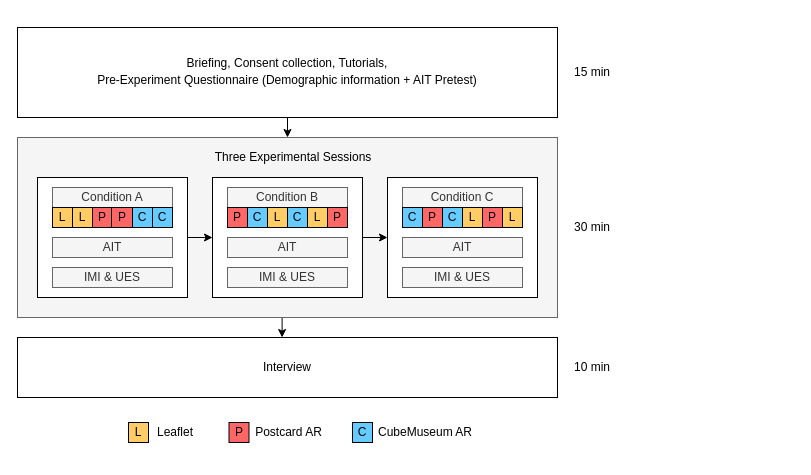
This is Untitled Diagram.drawio from Axiosly/renpygame, a draw.io file, before an edit. Source tidied: cells renumbered, new cells numbered last; positions are measured from the earlier drawing's top-left corner, leaving out a move shared by most shapes. Both pictures are drawn from the tidied source at 100%, with x=0, y=0 at pixel (17, 27).
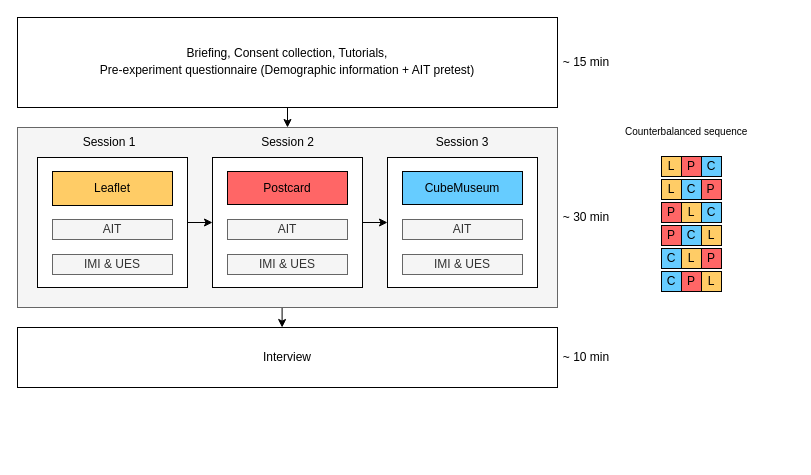
The same page after the edit.

What changed in the source:
```diff
@@
     <mxCell id="3" style="rounded=0;whiteSpace=wrap;html=1;fillColor=#f5f5f5;strokeColor=#666666;fontColor=#333333;" parent="1" vertex="1">
-      <mxGeometry y="110" width="540" height="180" as="geometry" />
+      <mxGeometry y="100" width="540" height="180" as="geometry" />
     </mxCell>
@@
     <mxCell id="5" style="rounded=0;whiteSpace=wrap;html=1;" parent="1" vertex="1">
-      <mxGeometry x="20" y="150" width="150" height="120" as="geometry" />
+      <mxGeometry x="20" y="130" width="150" height="130" as="geometry" />
     </mxCell>
@@
     <mxCell id="7" style="rounded=0;whiteSpace=wrap;html=1;" parent="1" vertex="1">
-      <mxGeometry x="195" y="150" width="150" height="120" as="geometry" />
+      <mxGeometry x="195" y="130" width="150" height="130" as="geometry" />
     </mxCell>
     <mxCell id="8" style="rounded=0;whiteSpace=wrap;html=1;" parent="1" vertex="1">
-      <mxGeometry x="370" y="150" width="150" height="120" as="geometry" />
+      <mxGeometry x="370" y="130" width="150" height="130" as="geometry" />
     </mxCell>
@@
-    <mxCell id="10" value="Briefing, Consent collection, Tutorials, &lt;br&gt;&lt;span&gt;&lt;span lang=&quot;EN-US&quot; style=&quot;line-height: 150%&quot;&gt;&lt;font face=&quot;Arial&quot;&gt;Pre-Experiment Questionnaire&amp;nbsp;&lt;/font&gt;&lt;/span&gt;&lt;/span&gt;(Demographic information + AIT Pretest)" style="rounded=0;whiteSpace=wrap;html=1;" parent="1" vertex="1">
-      <mxGeometry width="540" height="90" as="geometry" />
+    <mxCell id="10" value="Briefing, Consent collection, Tutorials, &lt;br&gt;&lt;span&gt;&lt;span lang=&quot;EN-US&quot; style=&quot;line-height: 150%&quot;&gt;&lt;font face=&quot;Arial&quot;&gt;Pre-experiment questionnaire&amp;nbsp;&lt;/font&gt;&lt;/span&gt;&lt;/span&gt;(Demographic information + AIT pretest)" style="rounded=0;whiteSpace=wrap;html=1;" parent="1" vertex="1">
+      <mxGeometry y="-10" width="540" height="90" as="geometry" />
     </mxCell>
     <mxCell id="11" value="&lt;font face=&quot;Arial&quot;&gt;Interview&lt;/font&gt;" style="rounded=0;whiteSpace=wrap;html=1;" parent="1" vertex="1">
-      <mxGeometry y="310" width="540" height="60" as="geometry" />
+      <mxGeometry y="300" width="540" height="60" as="geometry" />
     </mxCell>
-    <mxCell id="12" value="&lt;font face=&quot;Arial&quot;&gt;Condition A&lt;/font&gt;" style="rounded=0;whiteSpace=wrap;html=1;fillColor=#f5f5f5;strokeColor=#666666;fontColor=#333333;" parent="1" vertex="1">
-      <mxGeometry x="35" y="160" width="120" height="20" as="geometry" />
-    </mxCell>
-    <mxCell id="13" value="&lt;span style=&quot;font-family: &amp;#34;arial&amp;#34;&quot;&gt;Condition B&lt;/span&gt;" style="rounded=0;whiteSpace=wrap;html=1;fillColor=#f5f5f5;strokeColor=#666666;fontColor=#333333;" parent="1" vertex="1">
-      <mxGeometry x="210" y="160" width="120" height="20" as="geometry" />
-    </mxCell>
-    <mxCell id="14" value="&lt;span style=&quot;font-family: &amp;#34;arial&amp;#34;&quot;&gt;Condition C&lt;/span&gt;" style="rounded=0;whiteSpace=wrap;html=1;fillColor=#f5f5f5;strokeColor=#666666;fontColor=#333333;" parent="1" vertex="1">
-      <mxGeometry x="385" y="160" width="120" height="20" as="geometry" />
-    </mxCell>
     <mxCell id="15" value="&lt;font face=&quot;Arial&quot;&gt;AIT&lt;/font&gt;" style="rounded=0;whiteSpace=wrap;html=1;fillColor=#f5f5f5;strokeColor=#666666;fontColor=#333333;" parent="1" vertex="1">
-      <mxGeometry x="35" y="210" width="120" height="20" as="geometry" />
+      <mxGeometry x="35" y="192" width="120" height="20" as="geometry" />
     </mxCell>
     <mxCell id="16" value="&lt;span style=&quot;font-family: &amp;#34;arial&amp;#34;&quot;&gt;AIT&lt;/span&gt;" style="rounded=0;whiteSpace=wrap;html=1;fillColor=#f5f5f5;strokeColor=#666666;fontColor=#333333;" parent="1" vertex="1">
-      <mxGeometry x="210" y="210" width="120" height="20" as="geometry" />
+      <mxGeometry x="210" y="192" width="120" height="20" as="geometry" />
     </mxCell>
     <mxCell id="17" value="&lt;span style=&quot;font-family: &amp;#34;arial&amp;#34;&quot;&gt;AIT&lt;/span&gt;" style="rounded=0;whiteSpace=wrap;html=1;fillColor=#f5f5f5;strokeColor=#666666;fontColor=#333333;" parent="1" vertex="1">
-      <mxGeometry x="385" y="210" width="120" height="20" as="geometry" />
+      <mxGeometry x="385" y="192" width="120" height="20" as="geometry" />
     </mxCell>
     <mxCell id="18" value="IMI &amp;amp; UES" style="rounded=0;whiteSpace=wrap;html=1;fillColor=#f5f5f5;strokeColor=#666666;fontColor=#333333;" parent="1" vertex="1">
-      <mxGeometry x="35" y="240" width="120" height="20" as="geometry" />
+      <mxGeometry x="35" y="227" width="120" height="20" as="geometry" />
     </mxCell>
     <mxCell id="19" value="&lt;span&gt;IMI &amp;amp; UES&lt;/span&gt;" style="rounded=0;whiteSpace=wrap;html=1;fillColor=#f5f5f5;strokeColor=#666666;fontColor=#333333;" parent="1" vertex="1">
-      <mxGeometry x="210" y="240" width="120" height="20" as="geometry" />
+      <mxGeometry x="210" y="227" width="120" height="20" as="geometry" />
     </mxCell>
     <mxCell id="20" value="&lt;span&gt;IMI &amp;amp; UES&lt;/span&gt;" style="rounded=0;whiteSpace=wrap;html=1;fillColor=#f5f5f5;strokeColor=#666666;fontColor=#333333;" parent="1" vertex="1">
-      <mxGeometry x="385" y="240" width="120" height="20" as="geometry" />
+      <mxGeometry x="385" y="227" width="120" height="20" as="geometry" />
     </mxCell>
     <mxCell id="21" value="&lt;font face=&quot;Arial&quot;&gt;L&lt;/font&gt;" style="rounded=0;whiteSpace=wrap;html=1;fontColor=#000000;fillColor=#ffcc66;" parent="1" vertex="1">
-      <mxGeometry x="35" y="180" width="20" height="20" as="geometry" />
+      <mxGeometry x="644" y="129" width="20" height="20" as="geometry" />
     </mxCell>
     <mxCell id="22" value="&lt;span style=&quot;font-family: &amp;#34;arial&amp;#34;&quot;&gt;L&lt;/span&gt;" style="rounded=0;whiteSpace=wrap;html=1;fontColor=#000000;fillColor=#FFCC66;" parent="1" vertex="1">
-      <mxGeometry x="55" y="180" width="20" height="20" as="geometry" />
+      <mxGeometry x="644" y="152" width="20" height="20" as="geometry" />
     </mxCell>
     <mxCell id="23" value="&lt;font face=&quot;Arial&quot;&gt;P&lt;/font&gt;" style="rounded=0;whiteSpace=wrap;html=1;fillColor=#FF6666;" parent="1" vertex="1">
-      <mxGeometry x="75" y="180" width="20" height="20" as="geometry" />
+      <mxGeometry x="664" y="129" width="20" height="20" as="geometry" />
     </mxCell>
     <mxCell id="24" value="&lt;font face=&quot;Arial&quot;&gt;P&lt;/font&gt;" style="rounded=0;whiteSpace=wrap;html=1;fillColor=#ff6666;" parent="1" vertex="1">
-      <mxGeometry x="94" y="180" width="22" height="20" as="geometry" />
+      <mxGeometry x="683" y="152" width="21" height="20" as="geometry" />
     </mxCell>
     <mxCell id="25" value="&lt;font face=&quot;Arial&quot;&gt;C&lt;/font&gt;" style="rounded=0;whiteSpace=wrap;html=1;fillColor=#66ccff;" parent="1" vertex="1">
-      <mxGeometry x="115" y="180" width="20" height="20" as="geometry" />
+      <mxGeometry x="684" y="129" width="20" height="20" as="geometry" />
     </mxCell>
     <mxCell id="26" value="&lt;span style=&quot;font-family: &amp;#34;arial&amp;#34;&quot;&gt;C&lt;/span&gt;" style="rounded=0;whiteSpace=wrap;html=1;fillColor=#66ccff;" parent="1" vertex="1">
-      <mxGeometry x="135" y="180" width="20" height="20" as="geometry" />
+      <mxGeometry x="664" y="152" width="20" height="20" as="geometry" />
     </mxCell>
     <mxCell id="27" value="&lt;span style=&quot;font-family: &amp;#34;arial&amp;#34;&quot;&gt;P&lt;/span&gt;" style="rounded=0;whiteSpace=wrap;html=1;fillColor=#FF6666;" parent="1" vertex="1">
-      <mxGeometry x="210" y="180" width="20" height="20" as="geometry" />
+      <mxGeometry x="644" y="175" width="20" height="20" as="geometry" />
     </mxCell>
     <mxCell id="28" value="&lt;span style=&quot;font-family: &amp;#34;arial&amp;#34;&quot;&gt;C&lt;/span&gt;" style="rounded=0;whiteSpace=wrap;html=1;fillColor=#66CCFF;" parent="1" vertex="1">
-      <mxGeometry x="230" y="180" width="20" height="20" as="geometry" />
+      <mxGeometry x="644" y="221" width="20" height="20" as="geometry" />
     </mxCell>
     <mxCell id="29" value="&lt;span style=&quot;font-family: &amp;#34;arial&amp;#34;&quot;&gt;L&lt;/span&gt;" style="rounded=0;whiteSpace=wrap;html=1;fillColor=#FFCC66;" parent="1" vertex="1">
-      <mxGeometry x="250" y="180" width="20" height="20" as="geometry" />
+      <mxGeometry x="664" y="221" width="20" height="20" as="geometry" />
     </mxCell>
     <mxCell id="30" value="&lt;span style=&quot;font-family: &amp;#34;arial&amp;#34;&quot;&gt;C&lt;/span&gt;" style="rounded=0;whiteSpace=wrap;html=1;fillColor=#66CCFF;" parent="1" vertex="1">
-      <mxGeometry x="270" y="180" width="20" height="20" as="geometry" />
+      <mxGeometry x="644" y="244" width="20" height="20" as="geometry" />
     </mxCell>
     <mxCell id="31" value="&lt;span style=&quot;font-family: &amp;#34;arial&amp;#34;&quot;&gt;L&lt;/span&gt;" style="rounded=0;whiteSpace=wrap;html=1;fillColor=#FFCC66;" parent="1" vertex="1">
-      <mxGeometry x="290" y="180" width="20" height="20" as="geometry" />
+      <mxGeometry x="684" y="244" width="20" height="20" as="geometry" />
     </mxCell>
     <mxCell id="32" value="&lt;span style=&quot;font-family: &amp;#34;arial&amp;#34;&quot;&gt;P&lt;/span&gt;" style="rounded=0;whiteSpace=wrap;html=1;fillColor=#FF6666;" parent="1" vertex="1">
-      <mxGeometry x="310" y="180" width="20" height="20" as="geometry" />
+      <mxGeometry x="684" y="221" width="20" height="20" as="geometry" />
     </mxCell>
     <mxCell id="33" value="&lt;span style=&quot;font-family: &amp;#34;arial&amp;#34;&quot;&gt;C&lt;/span&gt;" style="rounded=0;whiteSpace=wrap;html=1;fillColor=#66CCFF;" parent="1" vertex="1">
-      <mxGeometry x="385" y="180" width="20" height="20" as="geometry" />
+      <mxGeometry x="664" y="198" width="20" height="20" as="geometry" />
     </mxCell>
     <mxCell id="34" value="&lt;span style=&quot;font-family: &amp;#34;arial&amp;#34;&quot;&gt;C&lt;/span&gt;" style="rounded=0;whiteSpace=wrap;html=1;fillColor=#66CCFF;" parent="1" vertex="1">
-      <mxGeometry x="425" y="180" width="20" height="20" as="geometry" />
+      <mxGeometry x="684" y="175" width="20" height="20" as="geometry" />
     </mxCell>
     <mxCell id="35" value="&lt;span style=&quot;font-family: &amp;#34;arial&amp;#34;&quot;&gt;L&lt;/span&gt;" style="rounded=0;whiteSpace=wrap;html=1;fillColor=#FFCC66;" parent="1" vertex="1">
-      <mxGeometry x="445" y="180" width="20" height="20" as="geometry" />
+      <mxGeometry x="664" y="175" width="20" height="20" as="geometry" />
     </mxCell>
     <mxCell id="36" value="&lt;span style=&quot;font-family: &amp;#34;arial&amp;#34;&quot;&gt;P&lt;/span&gt;" style="rounded=0;whiteSpace=wrap;html=1;fillColor=#FF6666;" parent="1" vertex="1">
-      <mxGeometry x="465" y="180" width="20" height="20" as="geometry" />
+      <mxGeometry x="644" y="198" width="20" height="20" as="geometry" />
     </mxCell>
     <mxCell id="37" value="&lt;span style=&quot;font-family: &amp;#34;arial&amp;#34;&quot;&gt;L&lt;/span&gt;" style="rounded=0;whiteSpace=wrap;html=1;fillColor=#FFCC66;" parent="1" vertex="1">
-      <mxGeometry x="485" y="180" width="20" height="20" as="geometry" />
+      <mxGeometry x="684" y="198" width="20" height="20" as="geometry" />
     </mxCell>
     <mxCell id="38" value="&lt;span style=&quot;font-family: &amp;#34;arial&amp;#34;&quot;&gt;P&lt;/span&gt;" style="rounded=0;whiteSpace=wrap;html=1;fillColor=#FF6666;" parent="1" vertex="1">
-      <mxGeometry x="405" y="180" width="20" height="20" as="geometry" />
+      <mxGeometry x="664" y="244" width="20" height="20" as="geometry" />
     </mxCell>
-    <mxCell id="39" value="&lt;font face=&quot;Arial&quot;&gt;10 min&lt;/font&gt;" style="text;html=1;strokeColor=none;fillColor=none;align=center;verticalAlign=middle;whiteSpace=wrap;rounded=0;" parent="1" vertex="1">
-      <mxGeometry x="540" y="315" width="70" height="50" as="geometry" />
+    <mxCell id="39" value="&lt;font face=&quot;Arial&quot;&gt;~ 10 min&lt;/font&gt;" style="text;html=1;strokeColor=none;fillColor=none;align=center;verticalAlign=middle;whiteSpace=wrap;rounded=0;" parent="1" vertex="1">
+      <mxGeometry x="534" y="305" width="70" height="50" as="geometry" />
     </mxCell>
-    <mxCell id="40" value="&lt;font face=&quot;Arial&quot;&gt;30 min&lt;/font&gt;" style="text;html=1;strokeColor=none;fillColor=none;align=center;verticalAlign=middle;whiteSpace=wrap;rounded=0;" parent="1" vertex="1">
-      <mxGeometry x="540" y="175" width="70" height="50" as="geometry" />
+    <mxCell id="40" value="&lt;font face=&quot;Arial&quot;&gt;~ 30 min&lt;/font&gt;" style="text;html=1;strokeColor=none;fillColor=none;align=center;verticalAlign=middle;whiteSpace=wrap;rounded=0;" parent="1" vertex="1">
+      <mxGeometry x="534" y="165" width="70" height="50" as="geometry" />
     </mxCell>
-    <mxCell id="41" value="&lt;font face=&quot;Arial&quot;&gt;15 min&lt;/font&gt;" style="text;html=1;strokeColor=none;fillColor=none;align=center;verticalAlign=middle;whiteSpace=wrap;rounded=0;" parent="1" vertex="1">
-      <mxGeometry x="540" y="20" width="70" height="50" as="geometry" />
+    <mxCell id="41" value="&lt;font face=&quot;Arial&quot;&gt;~ 15 min&lt;/font&gt;" style="text;html=1;strokeColor=none;fillColor=none;align=center;verticalAlign=middle;whiteSpace=wrap;rounded=0;" parent="1" vertex="1">
+      <mxGeometry x="534" y="10" width="70" height="50" as="geometry" />
     </mxCell>
-    <mxCell id="42" value="&lt;font face=&quot;arial&quot;&gt;Three Experimental Sessions&lt;/font&gt;" style="text;html=1;strokeColor=none;fillColor=none;align=center;verticalAlign=middle;whiteSpace=wrap;rounded=0;" parent="1" vertex="1">
-      <mxGeometry x="106" y="110" width="340" height="40" as="geometry" />
-    </mxCell>
-    <mxCell id="43" value="&lt;font face=&quot;Arial&quot;&gt;L&lt;/font&gt;" style="rounded=0;whiteSpace=wrap;html=1;fontColor=#000000;fillColor=#ffcc66;" parent="1" vertex="1">
-      <mxGeometry x="111" y="395" width="20" height="20" as="geometry" />
-    </mxCell>
-    <mxCell id="44" value="&lt;font face=&quot;Arial&quot;&gt;P&lt;/font&gt;" style="rounded=0;whiteSpace=wrap;html=1;fillColor=#FF6666;" parent="1" vertex="1">
-      <mxGeometry x="211.5" y="395" width="20" height="20" as="geometry" />
-    </mxCell>
-    <mxCell id="45" value="&lt;span style=&quot;font-family: &amp;#34;arial&amp;#34;&quot;&gt;C&lt;/span&gt;" style="rounded=0;whiteSpace=wrap;html=1;fillColor=#66ccff;" parent="1" vertex="1">
-      <mxGeometry x="335" y="395" width="20" height="20" as="geometry" />
-    </mxCell>
-    <mxCell id="46" value="&lt;font face=&quot;Arial&quot;&gt;Leaflet&lt;/font&gt;" style="text;html=1;strokeColor=none;fillColor=none;align=center;verticalAlign=middle;whiteSpace=wrap;rounded=0;" parent="1" vertex="1">
-      <mxGeometry x="123" y="380" width="70" height="50" as="geometry" />
+    <mxCell id="46" value="&lt;span style=&quot;font-family: &amp;#34;arial&amp;#34;&quot;&gt;Session 3&lt;/span&gt;" style="text;html=1;strokeColor=none;fillColor=none;align=center;verticalAlign=middle;whiteSpace=wrap;rounded=0;" parent="1" vertex="1">
+      <mxGeometry x="410" y="90" width="70" height="50" as="geometry" />
     </mxCell>
-    <mxCell id="47" value="&lt;font face=&quot;Arial&quot;&gt;Postcard AR&lt;/font&gt;" style="text;html=1;strokeColor=none;fillColor=none;align=center;verticalAlign=middle;whiteSpace=wrap;rounded=0;" parent="1" vertex="1">
-      <mxGeometry x="230.5" y="380" width="81" height="50" as="geometry" />
+    <mxCell id="47" value="&lt;span style=&quot;font-family: &amp;#34;arial&amp;#34;&quot;&gt;Session 2&lt;/span&gt;" style="text;html=1;strokeColor=none;fillColor=none;align=center;verticalAlign=middle;whiteSpace=wrap;rounded=0;" parent="1" vertex="1">
+      <mxGeometry x="229.5" y="90" width="81" height="50" as="geometry" />
     </mxCell>
-    <mxCell id="48" value="&lt;font face=&quot;Arial&quot;&gt;CubeMuseum AR&lt;/font&gt;" style="text;html=1;strokeColor=none;fillColor=none;align=center;verticalAlign=middle;whiteSpace=wrap;rounded=0;" parent="1" vertex="1">
-      <mxGeometry x="351" y="380" width="114" height="50" as="geometry" />
+    <mxCell id="48" value="&lt;span style=&quot;font-family: &amp;#34;arial&amp;#34;&quot;&gt;Session 1&lt;/span&gt;" style="text;html=1;strokeColor=none;fillColor=none;align=center;verticalAlign=middle;whiteSpace=wrap;rounded=0;" parent="1" vertex="1">
+      <mxGeometry x="35" y="90" width="114" height="50" as="geometry" />
     </mxCell>
+    <mxCell id="49" value="&lt;font face=&quot;Arial&quot;&gt;Leaflet&lt;/font&gt;" style="rounded=0;whiteSpace=wrap;html=1;fontColor=#000000;fillColor=#ffcc66;" parent="1" vertex="1">
+      <mxGeometry x="35" y="144" width="120" height="34" as="geometry" />
+    </mxCell>
+    <mxCell id="50" value="&lt;font face=&quot;Arial&quot;&gt;Postcard&lt;/font&gt;" style="rounded=0;whiteSpace=wrap;html=1;fillColor=#FF6666;" parent="1" vertex="1">
+      <mxGeometry x="210" y="144" width="120" height="33" as="geometry" />
+    </mxCell>
+    <mxCell id="51" value="&lt;span style=&quot;font-family: &amp;#34;arial&amp;#34;&quot;&gt;CubeMuseum&lt;/span&gt;" style="rounded=0;whiteSpace=wrap;html=1;fillColor=#66CCFF;" parent="1" vertex="1">
+      <mxGeometry x="385" y="144" width="120" height="33" as="geometry" />
+    </mxCell>
+    <mxCell id="52" value="&lt;span style=&quot;color: rgb(0 , 0 , 0) ; font-family: &amp;#34;arial&amp;#34; ; font-style: normal ; font-weight: 400 ; letter-spacing: normal ; text-align: center ; text-indent: 0px ; text-transform: none ; word-spacing: 0px ; display: inline ; float: none&quot;&gt;&lt;font style=&quot;font-size: 10px&quot;&gt;Counterbalanced sequence&lt;/font&gt;&lt;/span&gt;" style="text;whiteSpace=wrap;html=1;" parent="1" vertex="1">
+      <mxGeometry x="606" y="90" width="170" height="29" as="geometry" />
+    </mxCell>
```
